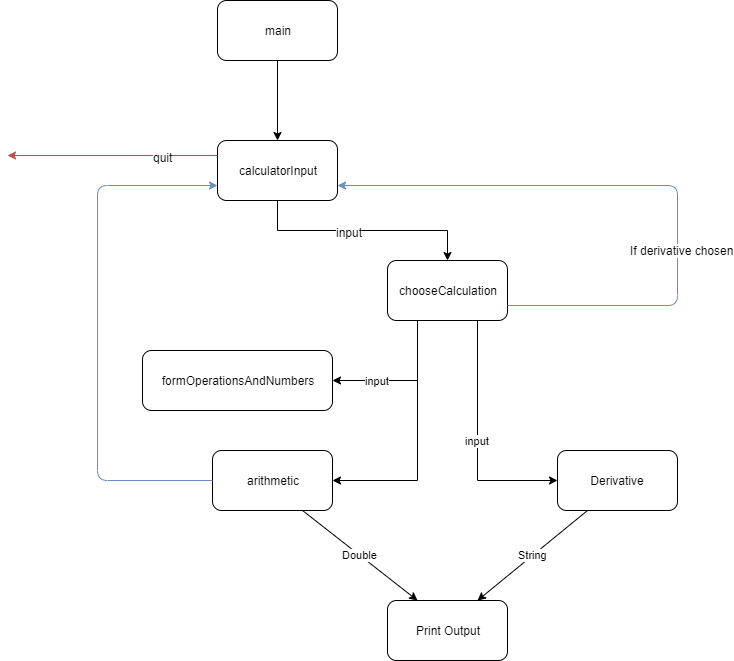
The draw.io diagram v1.0 Class Diagram.png in AaronFR/Calculator, before a commit. Source tidied: cells renumbered, new cells last; positions are measured from the earlier drawing's top-left corner, leaving out a move shared by most shapes.
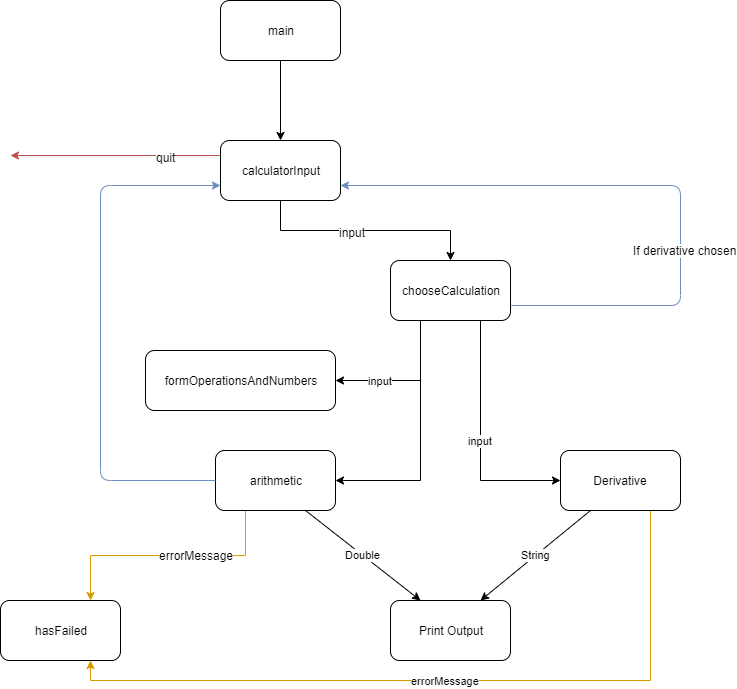
Later version of the same file.

Commit message:
Update to diagram with hasFailed class

Change to the diagram source:
```diff
@@ -40,6 +40,12 @@
     <mxCell id="13" value="formOperationsAndNumbers" style="rounded=1;whiteSpace=wrap;html=1;" parent="1" vertex="1">
       <mxGeometry x="135" y="350" width="190" height="60" as="geometry" />
     </mxCell>
+    <mxCell id="22" style="edgeStyle=orthogonalEdgeStyle;rounded=0;jettySize=auto;html=1;exitX=0.25;exitY=1;exitDx=0;exitDy=0;entryX=0.75;entryY=0;entryDx=0;entryDy=0;fillColor=#ffe6cc;strokeColor=#d79b00;" parent="1" edge="1" source="14" target="25">
+      <mxGeometry relative="1" as="geometry" />
+    </mxCell>
+    <mxCell id="23" value="errorMessage" style="text;html=1;align=center;verticalAlign=middle;labelBackgroundColor=#ffffff;" parent="22" vertex="1">
+      <mxGeometry x="-0.22" y="-1" relative="1" as="geometry" />
+    </mxCell>
     <mxCell id="14" value="arithmetic" style="rounded=1;whiteSpace=wrap;html=1;" parent="1" vertex="1">
       <mxGeometry x="205" y="450" width="120" height="60" as="geometry" />
     </mxCell>
@@ -51,6 +57,9 @@
         </Array>
       </mxGeometry>
     </mxCell>
+    <mxCell id="24" value="errorMessage" style="edgeStyle=orthogonalEdgeStyle;rounded=0;jettySize=auto;html=1;exitX=0.75;exitY=1;exitDx=0;exitDy=0;entryX=0.75;entryY=1;entryDx=0;entryDy=0;fillColor=#ffe6cc;strokeColor=#d79b00;" parent="1" edge="1" source="16" target="25">
+      <mxGeometry relative="1" as="geometry" />
+    </mxCell>
     <mxCell id="16" value="Derivative" style="rounded=1;whiteSpace=wrap;html=1;" parent="1" vertex="1">
       <mxGeometry x="550" y="450" width="120" height="60" as="geometry" />
     </mxCell>
@@ -74,5 +83,8 @@
     <mxCell id="21" value="String" style="endArrow=classic;html=1;exitX=0.25;exitY=1;exitDx=0;exitDy=0;entryX=0.75;entryY=0;entryDx=0;entryDy=0;" parent="1" edge="1" source="16" target="19">
       <mxGeometry relative="1" as="geometry" />
     </mxCell>
+    <mxCell id="25" value="hasFailed" style="rounded=1;whiteSpace=wrap;html=1;" parent="1" vertex="1">
+      <mxGeometry x="-10" y="600" width="120" height="60" as="geometry" />
+    </mxCell>
   </root>
 </mxGraphModel>
```
